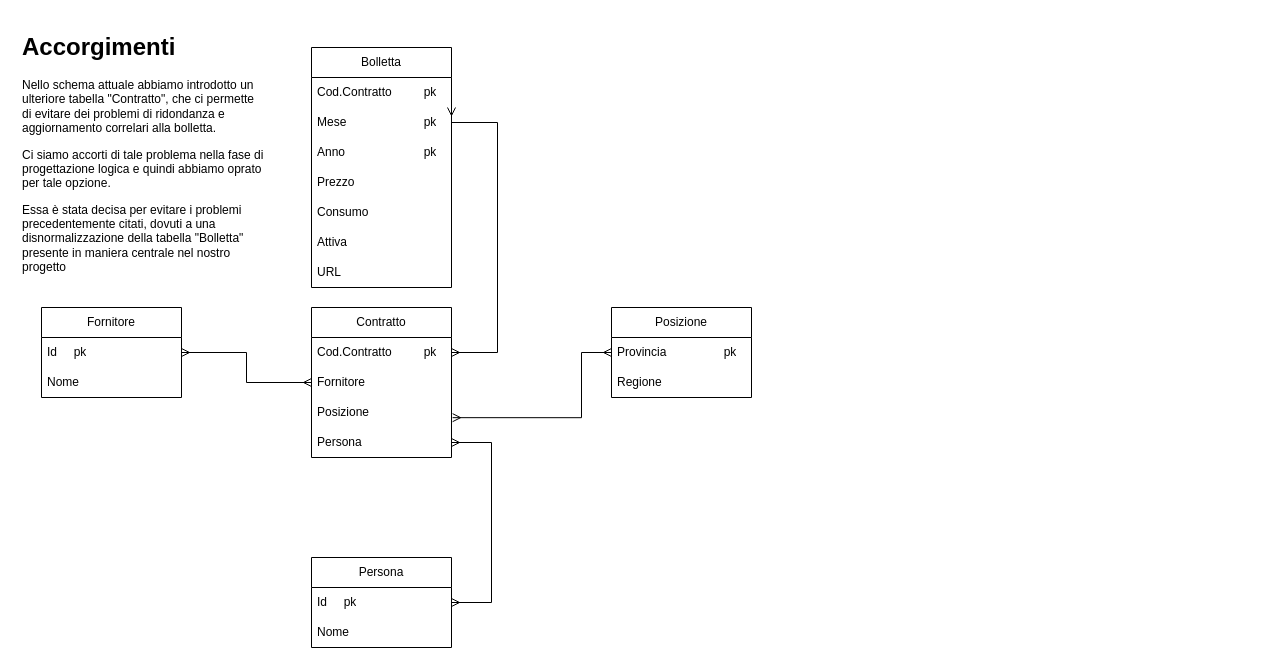
Above: page "Schema logico" (4 of 4) of Electrical Theft.drawio in Moriarty2002/electricity-theft (draw.io), before the change. Source tidied: cells renumbered, new cells numbered last; positions are measured from the earlier drawing's top-left corner, leaving out a move shared by most shapes. Both pictures are drawn from the tidied source at 100%, with x=0, y=0 at pixel (17, 27).
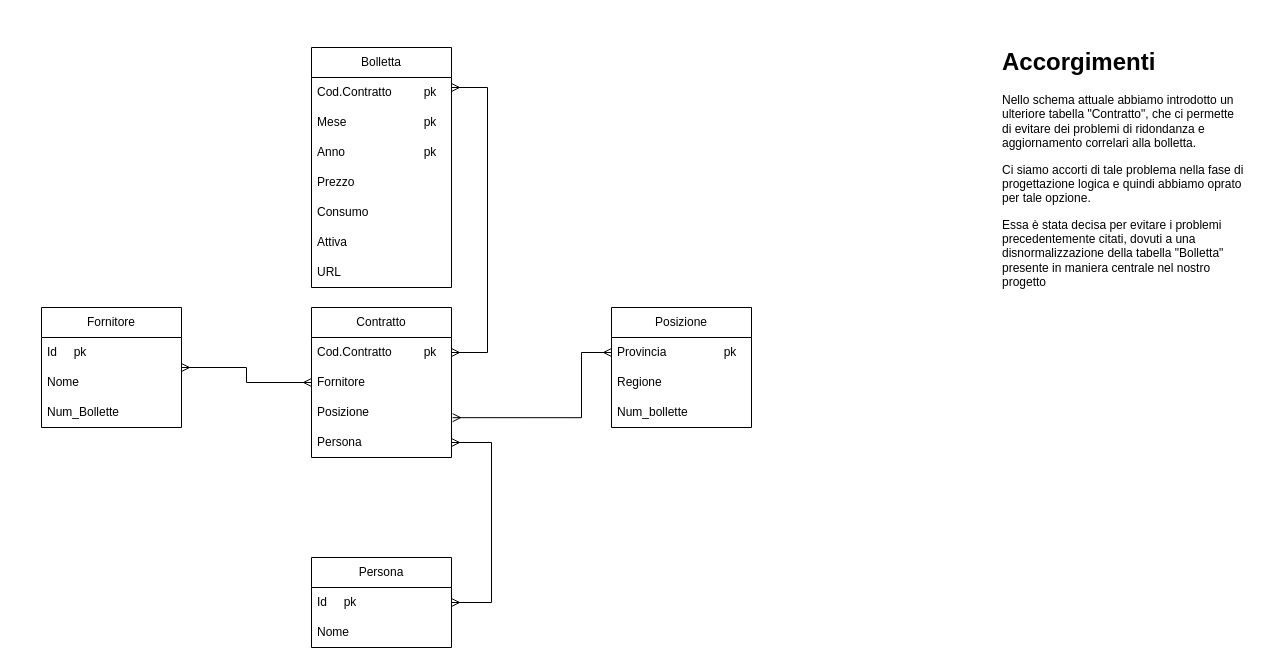
Above is the later version.

Commit message:
echo: Aggiunta ridondanza nei diagrammi ER

The change refers to these unchanged cells:
```xml
<mxCell id="7" value="Cod.Contratto&amp;nbsp;&amp;nbsp;&lt;span style=&quot;white-space: pre;&quot;&gt;&#9;&lt;/span&gt;pk" style="text;strokeColor=none;fillColor=none;align=left;verticalAlign=middle;spacingLeft=4;spacingRight=4;overflow=hidden;points=[[0,0.5],[1,0.5]];portConstraint=eastwest;whiteSpace=wrap;html=1;" parent="6" vertex="1">
  <mxGeometry y="30" width="140" height="30" as="geometry" />
</mxCell>
<mxCell id="20" value="Bolletta" style="swimlane;fontStyle=0;horizontal=1;startSize=30;whiteSpace=wrap;html=1;" parent="1" vertex="1">
  <mxGeometry x="294" y="20" width="140" height="240" as="geometry" />
</mxCell>
<mxCell id="21" value="Cod.Contratto&amp;nbsp;&amp;nbsp;&lt;span style=&quot;white-space: pre;&quot;&gt;&#9;&lt;/span&gt;pk" style="text;strokeColor=none;fillColor=none;align=left;verticalAlign=middle;spacingLeft=4;spacingRight=4;overflow=hidden;points=[[0,0.5],[1,0.5]];portConstraint=eastwest;whiteSpace=wrap;html=1;" parent="20" vertex="1">
  <mxGeometry y="30" width="140" height="30" as="geometry" />
</mxCell>
```

What changed in the source:
```diff
@@
     <mxCell id="3" value="Fornitore" style="swimlane;fontStyle=0;horizontal=1;startSize=30;whiteSpace=wrap;html=1;" parent="1" vertex="1">
-      <mxGeometry x="24" y="280" width="140" height="90" as="geometry" />
+      <mxGeometry x="24" y="280" width="140" height="120" as="geometry" />
     </mxCell>
@@
+    <mxCell id="30" value="Num_Bollette" style="text;strokeColor=none;fillColor=none;align=left;verticalAlign=middle;spacingLeft=4;spacingRight=4;overflow=hidden;whiteSpace=wrap;html=1;" parent="3" vertex="1">
+      <mxGeometry y="90" width="140" height="30" as="geometry" />
+    </mxCell>
@@
     <mxCell id="11" value="Posizione" style="swimlane;fontStyle=0;horizontal=1;startSize=30;whiteSpace=wrap;html=1;" parent="1" vertex="1">
-      <mxGeometry x="594" y="280" width="140" height="90" as="geometry" />
+      <mxGeometry x="594" y="280" width="140" height="120" as="geometry" />
     </mxCell>
@@
+    <mxCell id="31" value="Num_bollette" style="text;strokeColor=none;fillColor=none;align=left;verticalAlign=middle;spacingLeft=4;spacingRight=4;overflow=hidden;whiteSpace=wrap;html=1;" parent="11" vertex="1">
+      <mxGeometry y="90" width="140" height="30" as="geometry" />
+    </mxCell>
@@
-    <mxCell id="19" style="edgeStyle=orthogonalEdgeStyle;rounded=0;jettySize=auto;html=1;exitX=1;exitY=0.25;exitDx=0;exitDy=0;entryX=1;entryY=0.5;entryDx=0;entryDy=0;endArrow=ERmany;endFill=0;startArrow=ERmany;startFill=0;" parent="1" edge="1" source="20" target="7">
+    <mxCell id="19" style="edgeStyle=orthogonalEdgeStyle;rounded=0;jettySize=auto;html=1;entryX=1;entryY=0.5;entryDx=0;entryDy=0;endArrow=ERmany;endFill=0;startArrow=ERmany;startFill=0;" parent="1" edge="1" source="21" target="7">
       <mxGeometry relative="1" as="geometry">
         <Array as="points">
-          <mxPoint x="480" y="95" />
-          <mxPoint x="480" y="325" />
+          <mxPoint x="470" y="60" />
+          <mxPoint x="470" y="325" />
         </Array>
       </mxGeometry>
     </mxCell>
@@
     <mxCell id="28" value="&lt;h1&gt;Accorgimenti&lt;/h1&gt;&lt;p&gt;Nello schema attuale abbiamo introdotto un ulteriore tabella &quot;Contratto&quot;, che ci permette di evitare dei problemi di ridondanza e aggiornamento correlari alla bolletta.&lt;/p&gt;&lt;p&gt;Ci siamo accorti di tale problema nella fase di progettazione logica e quindi abbiamo oprato per tale opzione.&lt;/p&gt;&lt;p&gt;Essa è stata decisa per evitare i problemi precedentemente citati, dovuti a una disnormalizzazione della tabella &quot;Bolletta&quot; presente in maniera centrale nel nostro progetto&lt;/p&gt;" style="text;html=1;strokeColor=none;fillColor=none;spacing=5;spacingTop=-20;whiteSpace=wrap;overflow=hidden;rounded=0;" parent="1" vertex="1">
-      <mxGeometry width="250" height="250" as="geometry" />
+      <mxGeometry x="980" y="15" width="250" height="250" as="geometry" />
     </mxCell>
```
